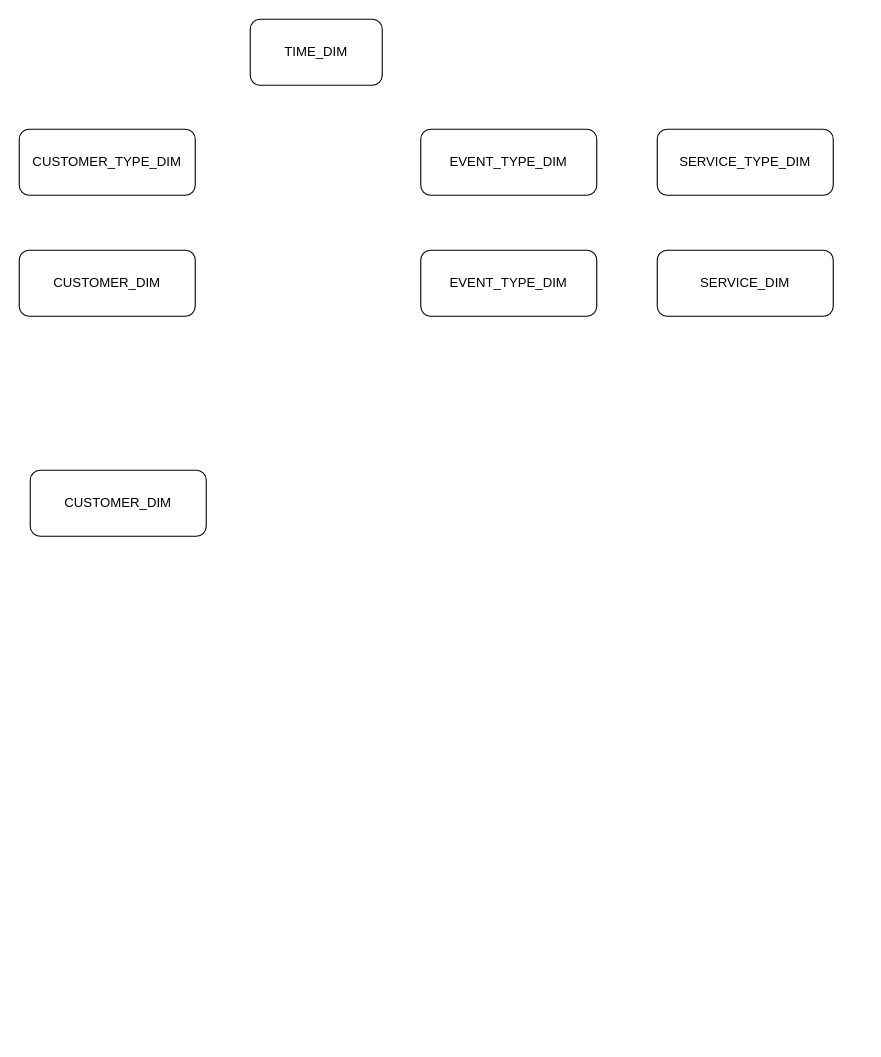
Earlier version of the draw.io diagram Untitled Diagram.drawio (ky3wa/AI-Based-Anomaly-Detection-in-Web-Logs). Source tidied: cells renumbered, new cells numbered last; positions are measured from the earlier drawing's top-left corner, leaving out a move shared by most shapes. Both pictures are drawn from the tidied source at 110%, with x=0, y=0 at pixel (19, 19).
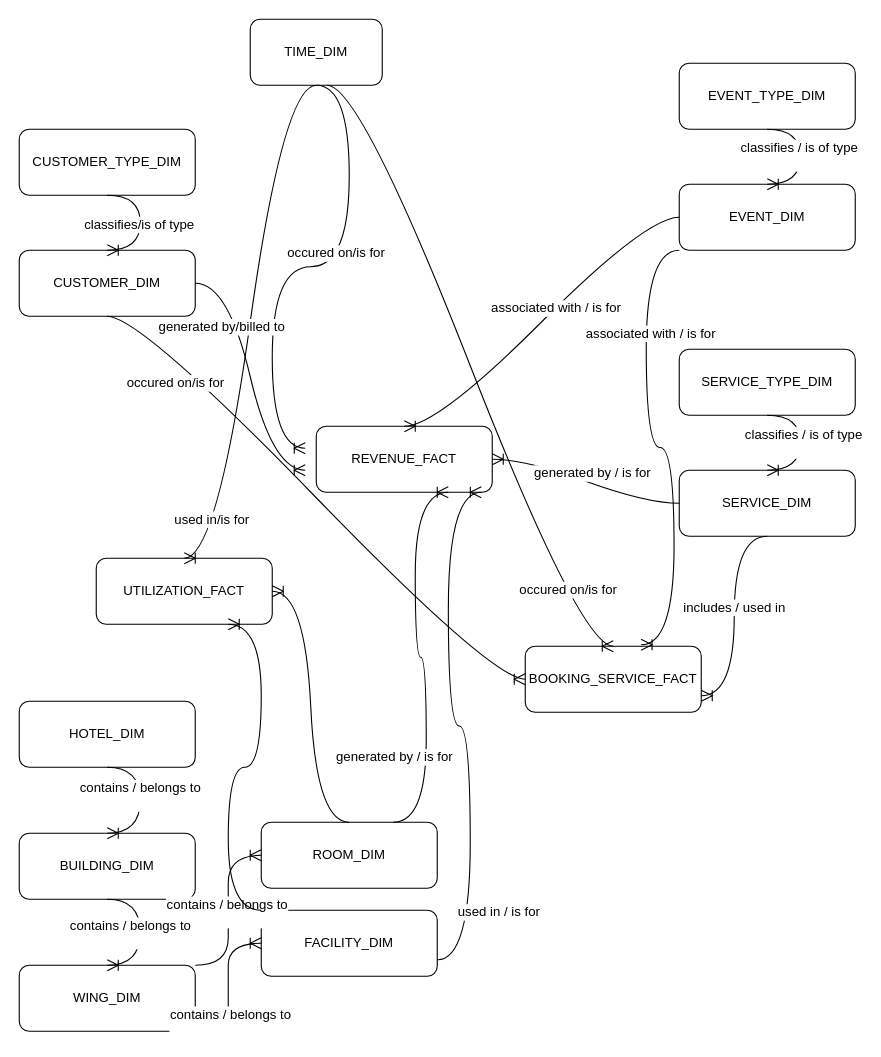
Above is the later version.

Unchanged cells that the change refers to:
```xml
<mxCell id="2" value="&lt;div&gt;TIME_DIM&lt;/div&gt;" style="rounded=1;whiteSpace=wrap;html=1;" parent="1" vertex="1">
  <mxGeometry x="210" width="120" height="60" as="geometry" />
</mxCell>
<mxCell id="3" value="&lt;div&gt;CUSTOMER_TYPE_DIM&lt;/div&gt;" style="rounded=1;whiteSpace=wrap;html=1;" parent="1" vertex="1">
  <mxGeometry y="100" width="160" height="60" as="geometry" />
</mxCell>
<mxCell id="4" value="&lt;div&gt;CUSTOMER_DIM&lt;/div&gt;" style="rounded=1;whiteSpace=wrap;html=1;" parent="1" vertex="1">
  <mxGeometry y="210" width="160" height="60" as="geometry" />
</mxCell>
```

Diff of the diagram source:
```diff
@@
     <mxCell id="5" value="&lt;div&gt;EVENT_TYPE_DIM&lt;/div&gt;" style="rounded=1;whiteSpace=wrap;html=1;" parent="1" vertex="1">
-      <mxGeometry x="365" y="100" width="160" height="60" as="geometry" />
+      <mxGeometry x="600" y="40" width="160" height="60" as="geometry" />
     </mxCell>
-    <mxCell id="6" value="&lt;div&gt;EVENT_TYPE_DIM&lt;/div&gt;" style="rounded=1;whiteSpace=wrap;html=1;" parent="1" vertex="1">
-      <mxGeometry x="365" y="210" width="160" height="60" as="geometry" />
+    <mxCell id="6" value="&lt;div&gt;EVENT_DIM&lt;/div&gt;" style="rounded=1;whiteSpace=wrap;html=1;" parent="1" vertex="1">
+      <mxGeometry x="600" y="150" width="160" height="60" as="geometry" />
     </mxCell>
     <mxCell id="7" value="&lt;div&gt;SERVICE_TYPE_DIM&lt;/div&gt;" style="rounded=1;whiteSpace=wrap;html=1;" parent="1" vertex="1">
-      <mxGeometry x="580" y="100" width="160" height="60" as="geometry" />
+      <mxGeometry x="600" y="300" width="160" height="60" as="geometry" />
     </mxCell>
     <mxCell id="8" value="&lt;div&gt;SERVICE_DIM&lt;/div&gt;" style="rounded=1;whiteSpace=wrap;html=1;" parent="1" vertex="1">
-      <mxGeometry x="580" y="210" width="160" height="60" as="geometry" />
+      <mxGeometry x="600" y="410" width="160" height="60" as="geometry" />
     </mxCell>
-    <mxCell id="9" value="&lt;div&gt;CUSTOMER_DIM&lt;/div&gt;" style="rounded=1;whiteSpace=wrap;html=1;" parent="1" vertex="1">
-      <mxGeometry x="10" y="410" width="160" height="60" as="geometry" />
+    <mxCell id="9" value="&lt;div&gt;HOTEL_DIM&lt;/div&gt;" style="rounded=1;whiteSpace=wrap;html=1;" parent="1" vertex="1">
+      <mxGeometry y="620" width="160" height="60" as="geometry" />
     </mxCell>
+    <mxCell id="10" value="&lt;div&gt;BUILDING_DIM&lt;/div&gt;" style="rounded=1;whiteSpace=wrap;html=1;" parent="1" vertex="1">
+      <mxGeometry y="740" width="160" height="60" as="geometry" />
+    </mxCell>
+    <mxCell id="11" value="&lt;div&gt;WING_DIM&lt;/div&gt;" style="rounded=1;whiteSpace=wrap;html=1;" parent="1" vertex="1">
+      <mxGeometry y="860" width="160" height="60" as="geometry" />
+    </mxCell>
+    <mxCell id="12" value="&lt;div&gt;ROOM_DIM&lt;/div&gt;" style="rounded=1;whiteSpace=wrap;html=1;" parent="1" vertex="1">
+      <mxGeometry x="220" y="730" width="160" height="60" as="geometry" />
+    </mxCell>
+    <mxCell id="13" value="&lt;div&gt;FACILITY_DIM&lt;/div&gt;" style="rounded=1;whiteSpace=wrap;html=1;" parent="1" vertex="1">
+      <mxGeometry x="220" y="810" width="160" height="60" as="geometry" />
+    </mxCell>
+    <mxCell id="14" value="REVENUE_FACT" style="rounded=1;whiteSpace=wrap;html=1;" parent="1" vertex="1">
+      <mxGeometry x="270" y="370" width="160" height="60" as="geometry" />
+    </mxCell>
+    <mxCell id="15" value="UTILIZATION_FACT" style="rounded=1;whiteSpace=wrap;html=1;" parent="1" vertex="1">
+      <mxGeometry x="70" y="490" width="160" height="60" as="geometry" />
+    </mxCell>
+    <mxCell id="16" value="BOOKING_SERVICE_FACT" style="rounded=1;whiteSpace=wrap;html=1;" parent="1" vertex="1">
+      <mxGeometry x="460" y="570" width="160" height="60" as="geometry" />
+    </mxCell>
+    <mxCell id="17" style="edgeStyle=entityRelationEdgeStyle;fontSize=12;html=1;endArrow=ERoneToMany;rounded=0;startSize=8;endSize=8;curved=1;exitX=0.5;exitY=1;exitDx=0;exitDy=0;" parent="1" edge="1" source="2">
+      <mxGeometry relative="1" as="geometry">
+        <mxPoint x="260" y="390" as="targetPoint" />
+      </mxGeometry>
+    </mxCell>
+    <mxCell id="18" value="occured on/is for" style="edgeLabel;html=1;align=center;verticalAlign=middle;fontSize=12;" parent="17" vertex="1">
+      <mxGeometry x="-0.21" y="-13" relative="1" as="geometry" />
+    </mxCell>
+    <mxCell id="19" style="edgeStyle=entityRelationEdgeStyle;fontSize=12;html=1;endArrow=ERoneToMany;rounded=0;startSize=8;endSize=8;curved=1;exitX=0.5;exitY=1;exitDx=0;exitDy=0;entryX=0.5;entryY=0;entryDx=0;entryDy=0;" parent="1" edge="1" source="2" target="15">
+      <mxGeometry relative="1" as="geometry" />
+    </mxCell>
+    <mxCell id="20" value="used in/is for" style="edgeLabel;html=1;align=center;verticalAlign=middle;fontSize=12;" parent="19" vertex="1">
+      <mxGeometry x="0.74" y="-10" relative="1" as="geometry" />
+    </mxCell>
+    <mxCell id="21" style="edgeStyle=entityRelationEdgeStyle;fontSize=12;html=1;endArrow=ERoneToMany;rounded=0;startSize=8;endSize=8;curved=1;entryX=0.5;entryY=0;entryDx=0;entryDy=0;" parent="1" edge="1" target="16">
+      <mxGeometry relative="1" as="geometry">
+        <mxPoint x="280" y="60" as="sourcePoint" />
+      </mxGeometry>
+    </mxCell>
+    <mxCell id="22" value="occured on/is for" style="edgeLabel;html=1;align=center;verticalAlign=middle;fontSize=12;" parent="21" vertex="1">
+      <mxGeometry x="0.73" y="8" relative="1" as="geometry" />
+    </mxCell>
+    <mxCell id="23" style="edgeStyle=entityRelationEdgeStyle;fontSize=12;html=1;endArrow=ERoneToMany;rounded=0;startSize=8;endSize=8;curved=1;exitX=0.5;exitY=1;exitDx=0;exitDy=0;entryX=0.5;entryY=0;entryDx=0;entryDy=0;" parent="1" edge="1" source="3" target="4">
+      <mxGeometry relative="1" as="geometry" />
+    </mxCell>
+    <mxCell id="24" value="classifies/is of type" style="edgeLabel;html=1;align=center;verticalAlign=middle;fontSize=12;" parent="23" vertex="1">
+      <mxGeometry x="0.02" y="-2" relative="1" as="geometry" />
+    </mxCell>
+    <mxCell id="25" style="edgeStyle=entityRelationEdgeStyle;fontSize=12;html=1;endArrow=ERoneToMany;rounded=0;startSize=8;endSize=8;curved=1;exitX=0.5;exitY=1;exitDx=0;exitDy=0;entryX=0;entryY=0.5;entryDx=0;entryDy=0;" parent="1" edge="1" source="4" target="16">
+      <mxGeometry relative="1" as="geometry" />
+    </mxCell>
+    <mxCell id="26" value="occured on/is for" style="edgeLabel;html=1;align=center;verticalAlign=middle;fontSize=12;" parent="25" vertex="1">
+      <mxGeometry x="-0.58" y="-4" relative="1" as="geometry">
+        <mxPoint x="-21" y="1" as="offset" />
+      </mxGeometry>
+    </mxCell>
+    <mxCell id="27" style="edgeStyle=entityRelationEdgeStyle;fontSize=12;html=1;endArrow=ERoneToMany;rounded=0;startSize=8;endSize=8;curved=1;exitX=1;exitY=0.5;exitDx=0;exitDy=0;" parent="1" edge="1" source="4">
+      <mxGeometry relative="1" as="geometry">
+        <mxPoint x="260" y="410" as="targetPoint" />
+      </mxGeometry>
+    </mxCell>
+    <mxCell id="28" value="generated by/billed to" style="edgeLabel;html=1;align=center;verticalAlign=middle;fontSize=12;" parent="27" vertex="1">
+      <mxGeometry x="-0.62" y="-10" relative="1" as="geometry">
+        <mxPoint y="23" as="offset" />
+      </mxGeometry>
+    </mxCell>
+    <mxCell id="29" style="edgeStyle=entityRelationEdgeStyle;fontSize=12;html=1;endArrow=ERoneToMany;rounded=0;startSize=8;endSize=8;curved=1;exitX=0.5;exitY=1;exitDx=0;exitDy=0;entryX=0.5;entryY=0;entryDx=0;entryDy=0;" parent="1" edge="1" source="9" target="10">
+      <mxGeometry relative="1" as="geometry" />
+    </mxCell>
+    <mxCell id="30" value="&lt;div&gt;contains / belongs to&lt;/div&gt;&lt;div&gt;&lt;br&gt;&lt;/div&gt;" style="edgeLabel;html=1;align=center;verticalAlign=middle;fontSize=12;" parent="29" vertex="1">
+      <mxGeometry x="-0.09" y="-1" relative="1" as="geometry" />
+    </mxCell>
+    <mxCell id="31" style="edgeStyle=entityRelationEdgeStyle;fontSize=12;html=1;endArrow=ERoneToMany;rounded=0;startSize=8;endSize=8;curved=1;exitX=0.5;exitY=1;exitDx=0;exitDy=0;entryX=0.5;entryY=0;entryDx=0;entryDy=0;" parent="1" edge="1" source="10" target="11">
+      <mxGeometry relative="1" as="geometry" />
+    </mxCell>
+    <mxCell id="32" style="edgeStyle=entityRelationEdgeStyle;fontSize=12;html=1;endArrow=ERoneToMany;rounded=0;startSize=8;endSize=8;curved=1;exitX=1;exitY=1;exitDx=0;exitDy=0;entryX=0;entryY=0.5;entryDx=0;entryDy=0;" parent="1" edge="1" source="11" target="13">
+      <mxGeometry relative="1" as="geometry" />
+    </mxCell>
+    <mxCell id="33" value="&lt;div&gt;contains / belongs to&lt;/div&gt;&lt;div&gt;&lt;br&gt;&lt;/div&gt;" style="edgeLabel;html=1;align=center;verticalAlign=middle;fontSize=12;" parent="32" vertex="1">
+      <mxGeometry x="-0.43" y="-1" relative="1" as="geometry">
+        <mxPoint y="1" as="offset" />
+      </mxGeometry>
+    </mxCell>
+    <mxCell id="34" style="edgeStyle=entityRelationEdgeStyle;fontSize=12;html=1;endArrow=ERoneToMany;rounded=0;startSize=8;endSize=8;curved=1;exitX=1;exitY=0;exitDx=0;exitDy=0;entryX=0;entryY=0.5;entryDx=0;entryDy=0;" parent="1" edge="1" source="11" target="12">
+      <mxGeometry relative="1" as="geometry" />
+    </mxCell>
+    <mxCell id="35" value="&lt;div&gt;contains / belongs to&lt;/div&gt;&lt;div&gt;&lt;br&gt;&lt;/div&gt;" style="edgeLabel;html=1;align=center;verticalAlign=middle;fontSize=12;" parent="34" vertex="1">
+      <mxGeometry x="-0.12" y="2" relative="1" as="geometry">
+        <mxPoint y="-9" as="offset" />
+      </mxGeometry>
+    </mxCell>
+    <mxCell id="36" style="edgeStyle=entityRelationEdgeStyle;fontSize=12;html=1;endArrow=ERoneToMany;rounded=0;startSize=8;endSize=8;curved=1;entryX=0.75;entryY=1;entryDx=0;entryDy=0;exitX=0.75;exitY=0;exitDx=0;exitDy=0;" parent="1" edge="1" source="12" target="14">
+      <mxGeometry relative="1" as="geometry" />
+    </mxCell>
+    <mxCell id="37" value="generated by / is for" style="edgeLabel;html=1;align=center;verticalAlign=middle;fontSize=12;" parent="36" vertex="1">
+      <mxGeometry x="-0.54" y="1" relative="1" as="geometry">
+        <mxPoint x="-29" y="-5" as="offset" />
+      </mxGeometry>
+    </mxCell>
+    <mxCell id="38" style="edgeStyle=entityRelationEdgeStyle;fontSize=12;html=1;endArrow=ERoneToMany;rounded=0;startSize=8;endSize=8;curved=1;entryX=1;entryY=0.5;entryDx=0;entryDy=0;exitX=0.5;exitY=0;exitDx=0;exitDy=0;" parent="1" edge="1" source="12" target="15">
+      <mxGeometry relative="1" as="geometry" />
+    </mxCell>
+    <mxCell id="39" style="edgeStyle=entityRelationEdgeStyle;fontSize=12;html=1;endArrow=ERoneToMany;rounded=0;startSize=8;endSize=8;curved=1;entryX=0.75;entryY=1;entryDx=0;entryDy=0;exitX=0;exitY=0;exitDx=0;exitDy=0;" parent="1" edge="1" source="13" target="15">
+      <mxGeometry relative="1" as="geometry" />
+    </mxCell>
+    <mxCell id="40" style="edgeStyle=entityRelationEdgeStyle;fontSize=12;html=1;endArrow=ERoneToMany;rounded=0;startSize=8;endSize=8;curved=1;entryX=0.938;entryY=1;entryDx=0;entryDy=0;entryPerimeter=0;exitX=1;exitY=0.75;exitDx=0;exitDy=0;" parent="1" edge="1" source="13" target="14">
+      <mxGeometry relative="1" as="geometry" />
+    </mxCell>
+    <mxCell id="41" style="edgeLabel;html=1;align=center;verticalAlign=middle;fontSize=12;" parent="40" vertex="1">
+      <mxGeometry x="-0.62" y="2" relative="1" as="geometry" />
+    </mxCell>
+    <mxCell id="42" style="edgeStyle=entityRelationEdgeStyle;fontSize=12;html=1;endArrow=ERoneToMany;rounded=0;startSize=8;endSize=8;curved=1;exitX=0.5;exitY=1;exitDx=0;exitDy=0;entryX=0.5;entryY=0;entryDx=0;entryDy=0;" parent="1" edge="1" source="5" target="6">
+      <mxGeometry relative="1" as="geometry" />
+    </mxCell>
+    <mxCell id="43" value="&lt;div&gt;classifies / is of type&lt;/div&gt;&lt;div&gt;&lt;br&gt;&lt;/div&gt;" style="edgeLabel;html=1;align=center;verticalAlign=middle;fontSize=12;" parent="42" vertex="1">
+      <mxGeometry x="-0.03" y="-2" relative="1" as="geometry" />
+    </mxCell>
+    <mxCell id="44" style="edgeStyle=entityRelationEdgeStyle;fontSize=12;html=1;endArrow=ERoneToMany;rounded=0;startSize=8;endSize=8;curved=1;exitX=0;exitY=0.5;exitDx=0;exitDy=0;entryX=0.5;entryY=0;entryDx=0;entryDy=0;" parent="1" edge="1" source="6" target="14">
+      <mxGeometry relative="1" as="geometry" />
+    </mxCell>
+    <mxCell id="45" value="associated with / is for" style="edgeLabel;html=1;align=center;verticalAlign=middle;fontSize=12;" parent="44" vertex="1">
+      <mxGeometry x="-0.11" relative="1" as="geometry" />
+    </mxCell>
+    <mxCell id="46" style="edgeStyle=entityRelationEdgeStyle;fontSize=12;html=1;endArrow=ERoneToMany;rounded=0;startSize=8;endSize=8;curved=1;exitX=0;exitY=1;exitDx=0;exitDy=0;entryX=0.658;entryY=-0.022;entryDx=0;entryDy=0;entryPerimeter=0;" parent="1" edge="1" source="6" target="16">
+      <mxGeometry relative="1" as="geometry" />
+    </mxCell>
+    <mxCell id="47" value="associated with / is for" style="edgeLabel;html=1;align=center;verticalAlign=middle;fontSize=12;" parent="46" vertex="1">
+      <mxGeometry x="-0.53" y="3" relative="1" as="geometry">
+        <mxPoint y="1" as="offset" />
+      </mxGeometry>
+    </mxCell>
+    <mxCell id="48" style="edgeStyle=entityRelationEdgeStyle;fontSize=12;html=1;endArrow=ERoneToMany;rounded=0;startSize=8;endSize=8;curved=1;exitX=0.5;exitY=1;exitDx=0;exitDy=0;entryX=0.5;entryY=0;entryDx=0;entryDy=0;" parent="1" edge="1" source="7" target="8">
+      <mxGeometry relative="1" as="geometry" />
+    </mxCell>
+    <mxCell id="49" value="&lt;div&gt;classifies / is of type&lt;/div&gt;&lt;div&gt;&lt;br&gt;&lt;/div&gt;" style="edgeLabel;html=1;align=center;verticalAlign=middle;fontSize=12;" parent="48" vertex="1">
+      <mxGeometry x="-0.01" y="2" relative="1" as="geometry" />
+    </mxCell>
+    <mxCell id="50" style="edgeStyle=entityRelationEdgeStyle;fontSize=12;html=1;endArrow=ERoneToMany;rounded=0;startSize=8;endSize=8;curved=1;exitX=0.5;exitY=1;exitDx=0;exitDy=0;entryX=1;entryY=0.75;entryDx=0;entryDy=0;" parent="1" edge="1" source="8" target="16">
+      <mxGeometry relative="1" as="geometry" />
+    </mxCell>
+    <mxCell id="51" value="&lt;div&gt;includes / used in&lt;/div&gt;" style="edgeLabel;html=1;align=center;verticalAlign=middle;fontSize=12;" parent="50" vertex="1">
+      <mxGeometry x="-0.07" y="-1" relative="1" as="geometry">
+        <mxPoint y="-1" as="offset" />
+      </mxGeometry>
+    </mxCell>
+    <mxCell id="52" style="edgeStyle=entityRelationEdgeStyle;fontSize=12;html=1;endArrow=ERoneToMany;rounded=0;startSize=8;endSize=8;curved=1;entryX=1;entryY=0.5;entryDx=0;entryDy=0;exitX=0;exitY=0.5;exitDx=0;exitDy=0;" parent="1" edge="1" source="8" target="14">
+      <mxGeometry relative="1" as="geometry" />
+    </mxCell>
+    <mxCell id="53" value="&lt;div&gt;generated by / is for&lt;/div&gt;" style="edgeLabel;html=1;align=center;verticalAlign=middle;fontSize=12;" parent="52" vertex="1">
+      <mxGeometry x="0.24" relative="1" as="geometry">
+        <mxPoint x="26" as="offset" />
+      </mxGeometry>
+    </mxCell>
+    <mxCell id="54" value="&lt;div&gt;contains / belongs to&lt;/div&gt;&lt;div&gt;&lt;br&gt;&lt;/div&gt;" style="edgeLabel;html=1;align=center;verticalAlign=middle;fontSize=12;" parent="1" vertex="1">
+      <mxGeometry x="100" y="830" as="geometry" />
+    </mxCell>
+    <mxCell id="55" value="used in / is for" style="edgeLabel;html=1;align=center;verticalAlign=middle;fontSize=12;" parent="1" vertex="1">
+      <mxGeometry x="420" y="800" as="geometry">
+        <mxPoint x="15" y="11" as="offset" />
+      </mxGeometry>
+    </mxCell>
```
